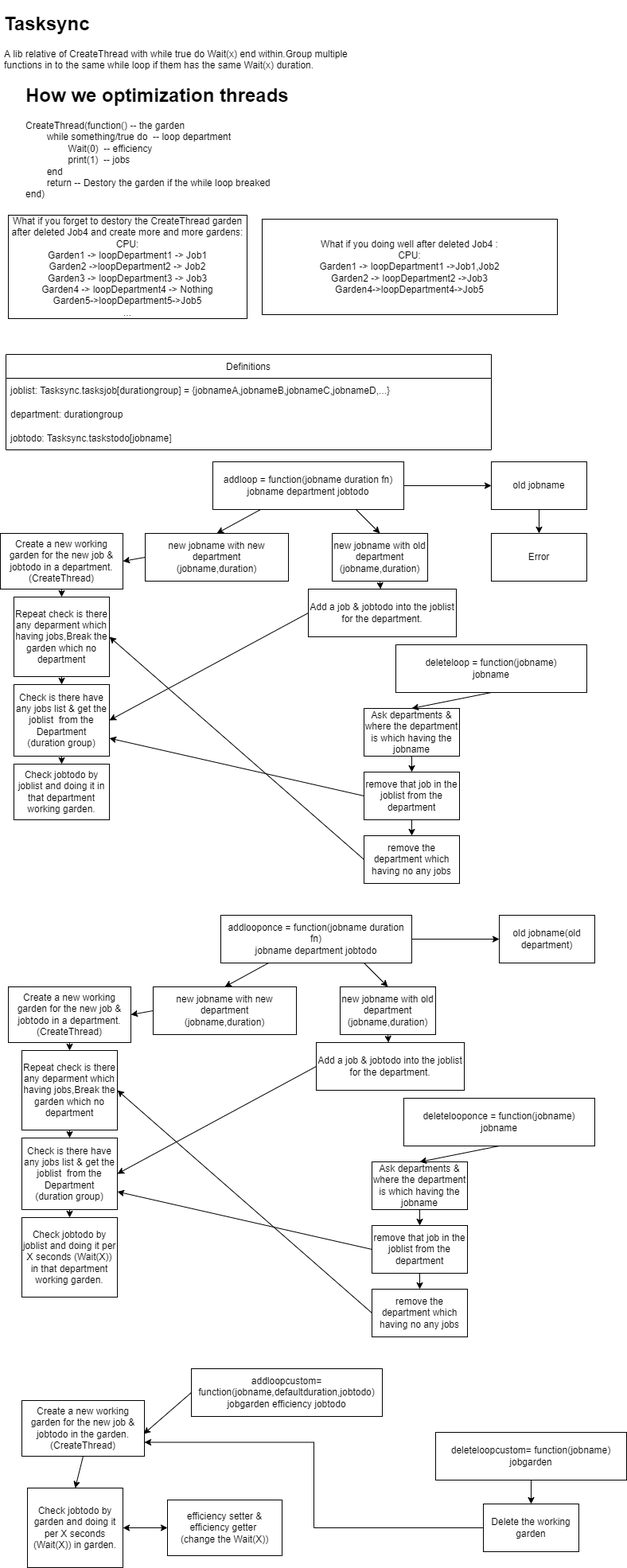
negbook/tasksync keeps this draw.io diagram as Tasksync.png. Above is the earlier version. Source tidied: cells renumbered, new cells last; positions are measured from the earlier drawing's top-left corner, leaving out a move shared by most shapes.
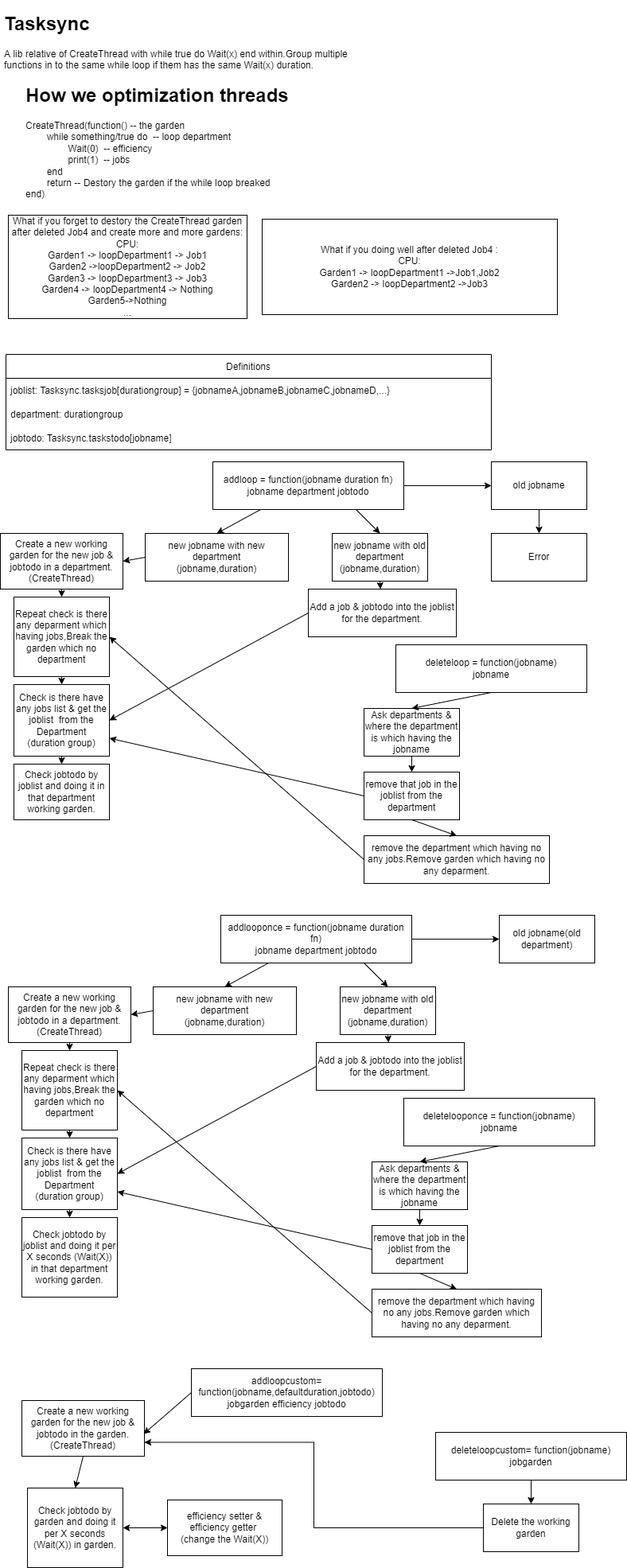
The same diagram one commit later.

Diff of the diagram source:
```diff
@@ -80,8 +80,8 @@
     <mxCell id="27" style="endArrow=classic;html=1;rounded=0;exitX=0.5;exitY=1;exitDx=0;exitDy=0;" parent="1" edge="1" source="24" target="26">
       <mxGeometry relative="1" as="geometry" />
     </mxCell>
-    <mxCell id="28" value="remove the department which having no any jobs" style="rounded=0;whiteSpace=wrap;html=1;" parent="1" vertex="1">
-      <mxGeometry x="457" y="1040" width="120" height="60" as="geometry" />
+    <mxCell id="28" value="remove the department which having no any jobs.Remove garden which having no any deparment." style="rounded=0;whiteSpace=wrap;html=1;" parent="1" vertex="1">
+      <mxGeometry x="457" y="1040" width="233" height="60" as="geometry" />
     </mxCell>
     <mxCell id="29" style="endArrow=classic;html=1;rounded=0;exitX=0.5;exitY=1;exitDx=0;exitDy=0;entryX=0.5;entryY=0;entryDx=0;entryDy=0;" parent="1" edge="1" source="26" target="28">
       <mxGeometry relative="1" as="geometry" />
@@ -173,8 +173,8 @@
     <mxCell id="58" style="endArrow=classic;html=1;rounded=0;exitX=0.5;exitY=1;exitDx=0;exitDy=0;" parent="1" edge="1" source="55" target="57">
       <mxGeometry relative="1" as="geometry" />
     </mxCell>
-    <mxCell id="59" value="remove the department which having no any jobs" style="rounded=0;whiteSpace=wrap;html=1;" parent="1" vertex="1">
-      <mxGeometry x="467" y="1610" width="120" height="60" as="geometry" />
+    <mxCell id="59" value="remove the department which having no any jobs.Remove garden which having no any deparment." style="rounded=0;whiteSpace=wrap;html=1;" parent="1" vertex="1">
+      <mxGeometry x="467" y="1610" width="213" height="60" as="geometry" />
     </mxCell>
     <mxCell id="60" style="endArrow=classic;html=1;rounded=0;exitX=0.5;exitY=1;exitDx=0;exitDy=0;entryX=0.5;entryY=0;entryDx=0;entryDy=0;" parent="1" edge="1" source="57" target="59">
       <mxGeometry relative="1" as="geometry" />
@@ -221,10 +221,10 @@
     <mxCell id="74" value="&lt;h1&gt;How we optimization threads&lt;/h1&gt;&lt;div&gt;CreateThread(function() -- the garden&lt;/div&gt;&lt;div&gt;&lt;span&gt;&#9;&lt;/span&gt;&lt;span style=&quot;white-space: pre&quot;&gt;&#9;&lt;/span&gt;while something/true do&amp;nbsp; -- loop department&lt;br&gt;&lt;/div&gt;&lt;div&gt;&lt;span&gt;&#9;&lt;/span&gt;&lt;span&gt;&#9;&lt;/span&gt;&lt;span style=&quot;white-space: pre&quot;&gt;&#9;&lt;span style=&quot;white-space: pre&quot;&gt;&#9;&lt;/span&gt;&lt;/span&gt;Wait(0)&amp;nbsp; -- efficiency&lt;br&gt;&lt;/div&gt;&lt;div&gt;&lt;span&gt;&#9;&lt;/span&gt;&lt;span&gt;&#9;&lt;/span&gt;&lt;span style=&quot;white-space: pre&quot;&gt;&#9;&lt;/span&gt;&lt;span style=&quot;white-space: pre&quot;&gt;&#9;&lt;/span&gt;print(1)&amp;nbsp; -- jobs&amp;nbsp;&lt;/div&gt;&lt;div&gt;&lt;span&gt;&#9;&lt;/span&gt;&lt;span style=&quot;white-space: pre&quot;&gt;&#9;&lt;/span&gt;end&lt;/div&gt;&lt;div&gt;&lt;span&gt;&#9;&lt;/span&gt;&lt;span style=&quot;white-space: pre&quot;&gt;&#9;&lt;/span&gt;return -- Destory the garden if the while loop breaked&amp;nbsp;&lt;/div&gt;&lt;div&gt;end)&lt;/div&gt;" style="text;html=1;strokeColor=none;fillColor=none;spacing=5;spacingTop=-20;whiteSpace=wrap;overflow=hidden;rounded=0;" parent="1" vertex="1">
       <mxGeometry x="27" y="90" width="400" height="160" as="geometry" />
     </mxCell>
-    <mxCell id="75" value="&lt;span&gt;What if you forget to destory the CreateThread garden after deleted Job4 and create more and more gardens:&lt;/span&gt;&lt;br&gt;&lt;span&gt;CPU:&lt;/span&gt;&lt;br&gt;&lt;span&gt;Garden1 -&amp;gt; loopDepartment1 -&amp;gt; Job1&lt;/span&gt;&lt;br&gt;&lt;span&gt;Garden2 -&amp;gt;&lt;/span&gt;loop&lt;span&gt;Department2 -&amp;gt; Job2&lt;/span&gt;&lt;br&gt;&lt;span&gt;Garden3 -&amp;gt; loopDepartment3 -&amp;gt; Job3&lt;/span&gt;&lt;br&gt;&lt;span&gt;Garden4 -&amp;gt; loopDepartment4 -&amp;gt; Nothing&lt;br&gt;&lt;/span&gt;Garden5-&amp;gt;loopDepartment5-&amp;gt;Job5&lt;br&gt;&lt;span&gt;...&lt;/span&gt;" style="rounded=0;whiteSpace=wrap;html=1;" parent="1" vertex="1">
+    <mxCell id="75" value="&lt;span&gt;What if you forget to destory the CreateThread garden after deleted Job4 and create more and more gardens:&lt;/span&gt;&lt;br&gt;&lt;span&gt;CPU:&lt;/span&gt;&lt;br&gt;&lt;span&gt;Garden1 -&amp;gt; loopDepartment1 -&amp;gt; Job1&lt;/span&gt;&lt;br&gt;&lt;span&gt;Garden2 -&amp;gt;&lt;/span&gt;loop&lt;span&gt;Department2 -&amp;gt; Job2&lt;/span&gt;&lt;br&gt;&lt;span&gt;Garden3 -&amp;gt; loopDepartment3 -&amp;gt; Job3&lt;/span&gt;&lt;br&gt;&lt;span&gt;Garden4 -&amp;gt; loopDepartment4 -&amp;gt; Nothing&lt;br&gt;&lt;/span&gt;Garden5-&amp;gt;Nothing&lt;br&gt;&lt;span&gt;...&lt;/span&gt;" style="rounded=0;whiteSpace=wrap;html=1;" parent="1" vertex="1">
       <mxGeometry x="10" y="260" width="300" height="130" as="geometry" />
     </mxCell>
-    <mxCell id="76" value="What if you doing well after deleted Job4&amp;nbsp;:&lt;br&gt;CPU:&lt;br&gt;Garden1 -&amp;gt; loopDepartment1 -&amp;gt;Job1,Job2&lt;br&gt;Garden2 -&amp;gt; loopDepartment2 -&amp;gt;Job3&lt;br&gt;Garden4-&amp;gt;loopDepartment4-&amp;gt;Job5" style="rounded=0;whiteSpace=wrap;html=1;" parent="1" vertex="1">
+    <mxCell id="76" value="What if you doing well after deleted Job4&amp;nbsp;:&lt;br&gt;CPU:&lt;br&gt;Garden1 -&amp;gt; loopDepartment1 -&amp;gt;Job1,Job2&lt;br&gt;Garden2 -&amp;gt; loopDepartment2 -&amp;gt;Job3" style="rounded=0;whiteSpace=wrap;html=1;" parent="1" vertex="1">
       <mxGeometry x="329" y="265" width="371" height="120" as="geometry" />
     </mxCell>
   </root>
```
